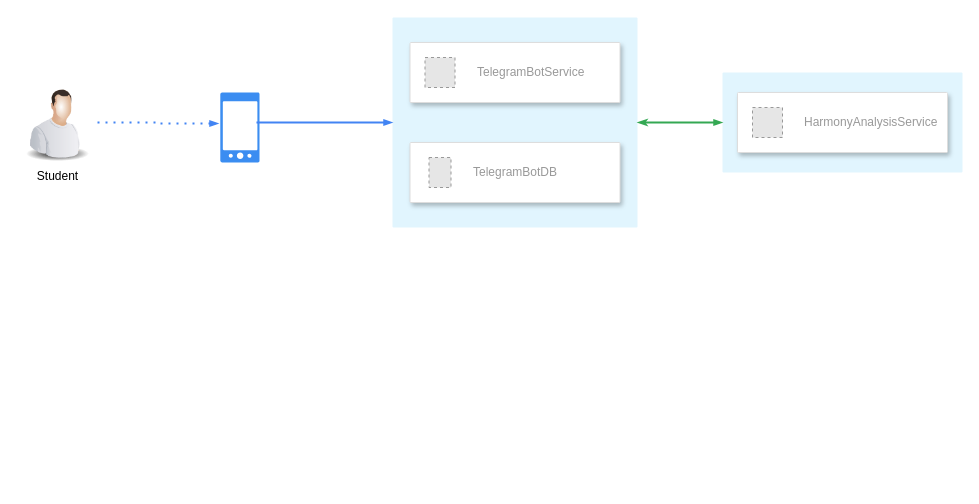
The draw.io diagram docs/HF_Arch_Min.drawio in sshekhunov/HarmonyForge, before the edit. Source tidied: cells renumbered, new cells numbered last; positions are measured from the earlier drawing's top-left corner, leaving out a move shared by most shapes. Both pictures are drawn from the tidied source at 100%, with x=0, y=0 at pixel (17, 17). Pictures stored in the file or linked from it are replaced by grey dashed boxes.
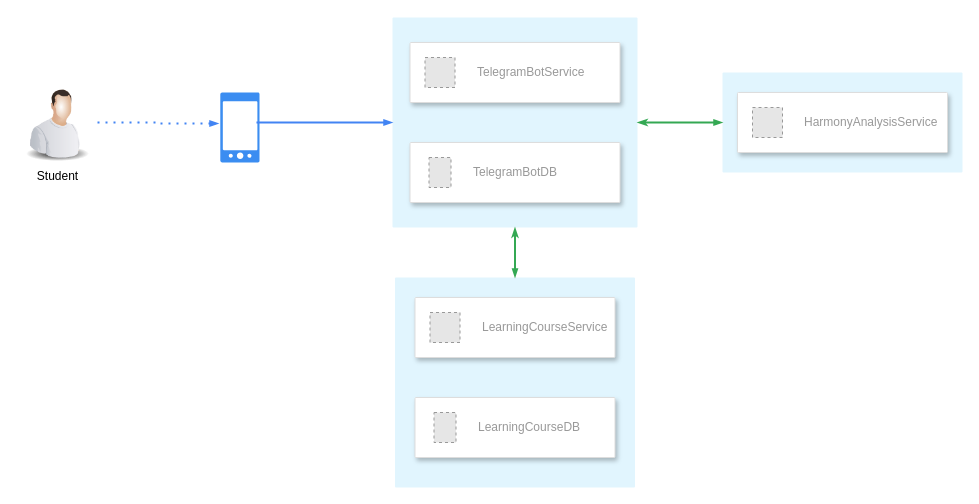
The same diagram, later.

The change refers to these unchanged cells:
```xml
<mxCell id="2" style="sketch=0;points=[[0,0,0],[0.25,0,0],[0.5,0,0],[0.75,0,0],[1,0,0],[1,0.25,0],[1,0.5,0],[1,0.75,0],[1,1,0],[0.75,1,0],[0.5,1,0],[0.25,1,0],[0,1,0],[0,0.75,0],[0,0.5,0],[0,0.25,0]];rounded=1;absoluteArcSize=1;arcSize=2;html=1;strokeColor=none;gradientColor=none;shadow=0;dashed=0;fontSize=12;fontColor=#9E9E9E;align=left;verticalAlign=top;spacing=10;spacingTop=-4;whiteSpace=wrap;fillColor=#E1F5FE;" parent="1" vertex="1">
  <mxGeometry x="375" width="245" height="210" as="geometry" />
</mxCell>
```

Change to the diagram source:
```diff
@@
+    <mxCell id="15" style="sketch=0;points=[[0,0,0],[0.25,0,0],[0.5,0,0],[0.75,0,0],[1,0,0],[1,0.25,0],[1,0.5,0],[1,0.75,0],[1,1,0],[0.75,1,0],[0.5,1,0],[0.25,1,0],[0,1,0],[0,0.75,0],[0,0.5,0],[0,0.25,0]];rounded=1;absoluteArcSize=1;arcSize=2;html=1;strokeColor=none;gradientColor=none;shadow=0;dashed=0;fontSize=12;fontColor=#9E9E9E;align=left;verticalAlign=top;spacing=10;spacingTop=-4;whiteSpace=wrap;fillColor=#E1F5FE;" parent="1" vertex="1">
+      <mxGeometry x="377.5" y="260" width="240" height="210" as="geometry" />
+    </mxCell>
+    <mxCell id="16" style="fillColor=#ffffff;strokeColor=#dddddd;shadow=1;strokeWidth=1;rounded=1;absoluteArcSize=1;arcSize=2;" parent="1" vertex="1">
+      <mxGeometry x="397.5" y="280" width="200" height="60" as="geometry" />
+    </mxCell>
+    <mxCell id="17" value="LearningCourseService" style="fillColor=#E6E6E6;strokeColor=#999999;dashed=1;html=1;fontColor=#999999;verticalLabelPosition=middle;verticalAlign=middle;labelPosition=right;align=left;spacingLeft=20;" parent="16" vertex="1">
+      <mxGeometry width="30" height="30" relative="1" as="geometry">
+        <mxPoint x="15" y="15" as="offset" />
+      </mxGeometry>
+    </mxCell>
+    <mxCell id="18" style="fillColor=#ffffff;strokeColor=#dddddd;shadow=1;strokeWidth=1;rounded=1;absoluteArcSize=1;arcSize=2;" parent="1" vertex="1">
+      <mxGeometry x="397.5" y="380" width="200" height="60" as="geometry" />
+    </mxCell>
+    <mxCell id="19" value="LearningCourseDB" style="fillColor=#E6E6E6;strokeColor=#999999;dashed=1;html=1;fontColor=#999999;verticalLabelPosition=middle;verticalAlign=middle;labelPosition=right;align=left;spacingLeft=20;" parent="18" vertex="1">
+      <mxGeometry width="22" height="30" relative="1" as="geometry">
+        <mxPoint x="19" y="15" as="offset" />
+      </mxGeometry>
+    </mxCell>
+    <mxCell id="20" style="edgeStyle=orthogonalEdgeStyle;fontSize=12;html=1;endArrow=blockThin;endFill=1;rounded=0;strokeWidth=2;endSize=4;startSize=4;strokeColor=#34A853;dashed=0;exitX=0.5;exitY=1;exitDx=0;exitDy=0;exitPerimeter=0;entryX=0.5;entryY=0;entryDx=0;entryDy=0;entryPerimeter=0;startArrow=classicThin;startFill=1;" parent="1" edge="1" source="2" target="15">
+      <mxGeometry relative="1" as="geometry" />
+    </mxCell>
```
